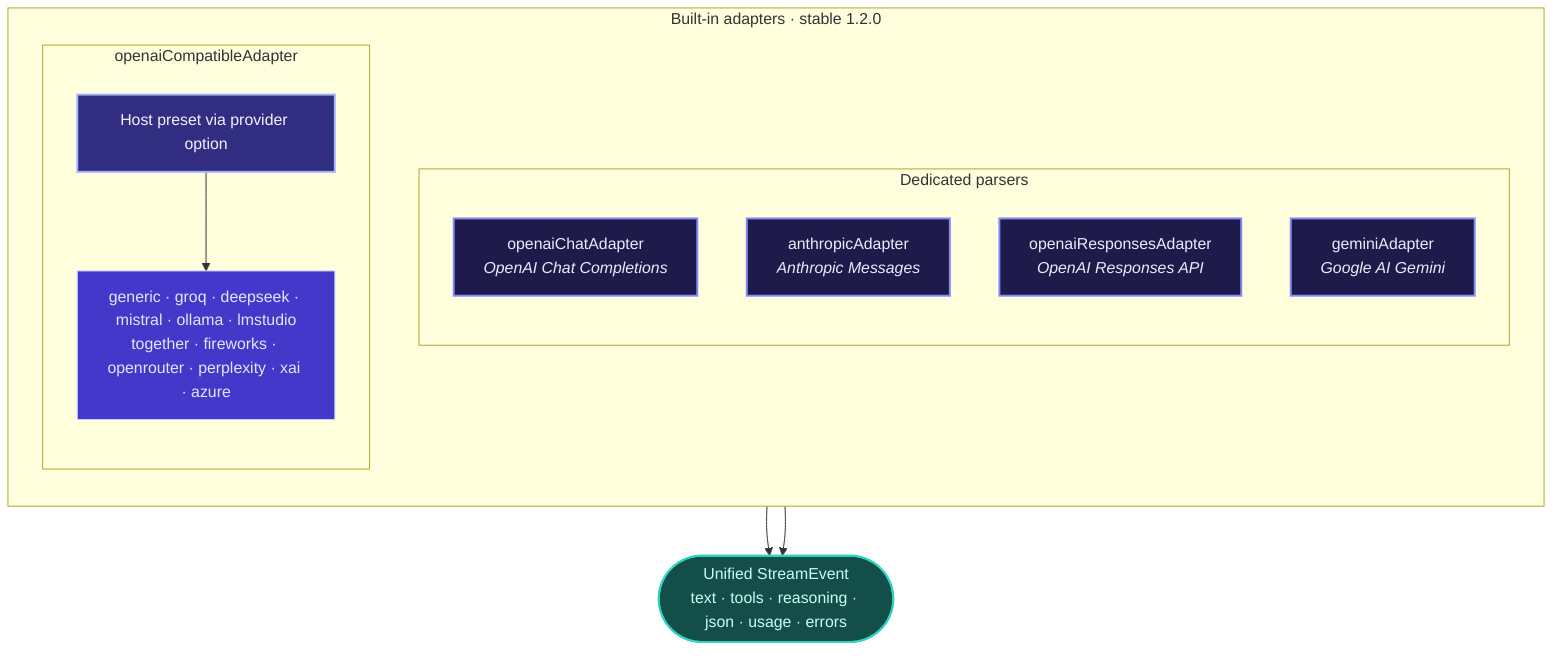
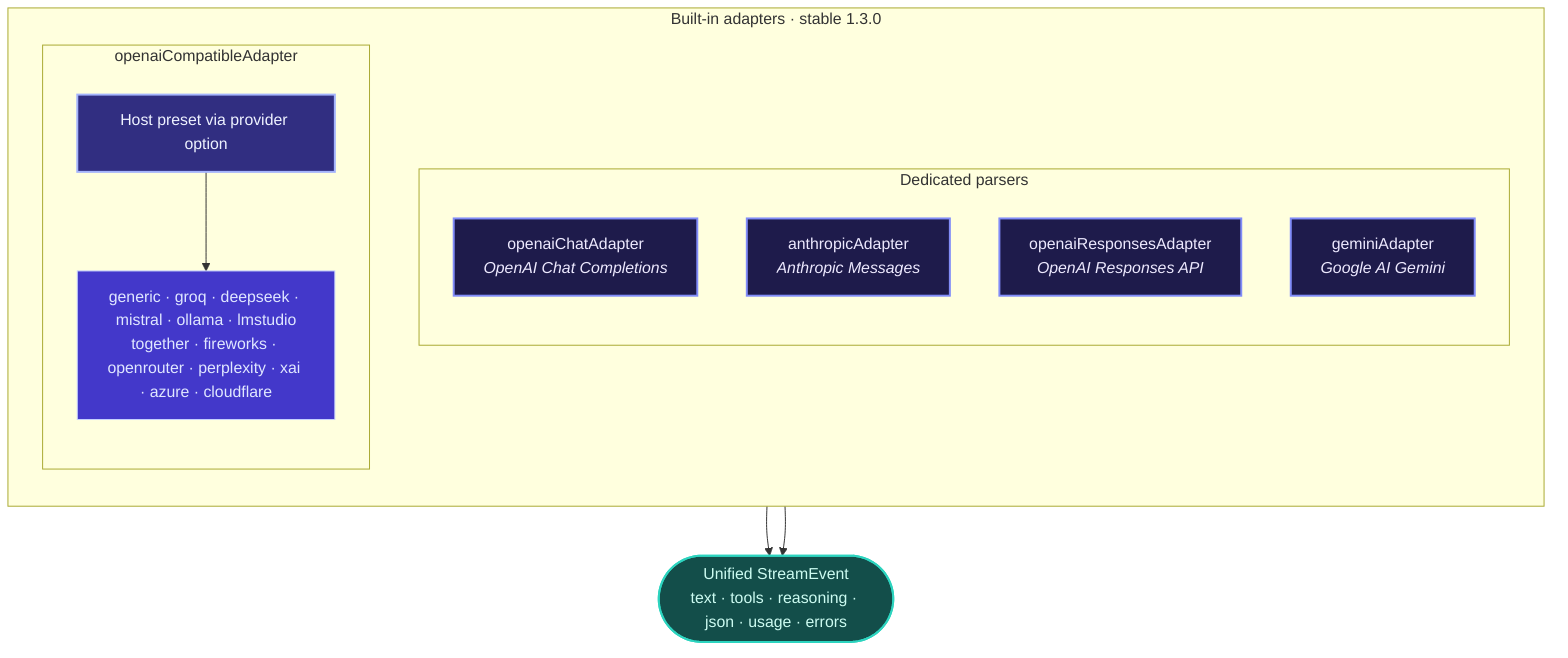
flowchart TB
- 	subgraph BUILTIN["Built-in adapters · stable 1.2.0"]
+ 	subgraph BUILTIN["Built-in adapters · stable 1.3.0"]
		direction TB

		subgraph DEDICATED["Dedicated parsers"]
			direction TB
			AC["openaiChatAdapter<br/><i>OpenAI Chat Completions</i>"]
			AA["anthropicAdapter<br/><i>Anthropic Messages</i>"]
			AR["openaiResponsesAdapter<br/><i>OpenAI Responses API</i>"]
			AG["geminiAdapter<br/><i>Google AI Gemini</i>"]
		end

		subgraph COMPAT["openaiCompatibleAdapter"]
			direction TB
			AO["Host preset via provider option"]
- 			PRESETS["generic · groq · deepseek · mistral · ollama · lmstudio<br/>together · fireworks · openrouter · perplexity · xai · azure"]
+ 			PRESETS["generic · groq · deepseek · mistral · ollama · lmstudio<br/>together · fireworks · openrouter · perplexity · xai · azure · cloudflare"]
			AO --> PRESETS
		end
	end

	UNIFIED(["Unified StreamEvent<br/>text · tools · reasoning · json · usage · errors"])

	DEDICATED --> UNIFIED
	COMPAT --> UNIFIED

	classDef dedicated fill:#1e1b4b,stroke:#818cf8,stroke-width:2px,color:#ede9fe
	classDef compat fill:#312e81,stroke:#a5b4fc,stroke-width:2px,color:#eef2ff
	classDef presets fill:#4338ca,stroke:#c7d2fe,stroke-width:1px,color:#e0e7ff
	classDef out fill:#134e4a,stroke:#2dd4bf,stroke-width:2px,color:#ccfbf1

	class AC,AA,AR,AG dedicated
	class AO compat
	class PRESETS presets
	class UNIFIED out
